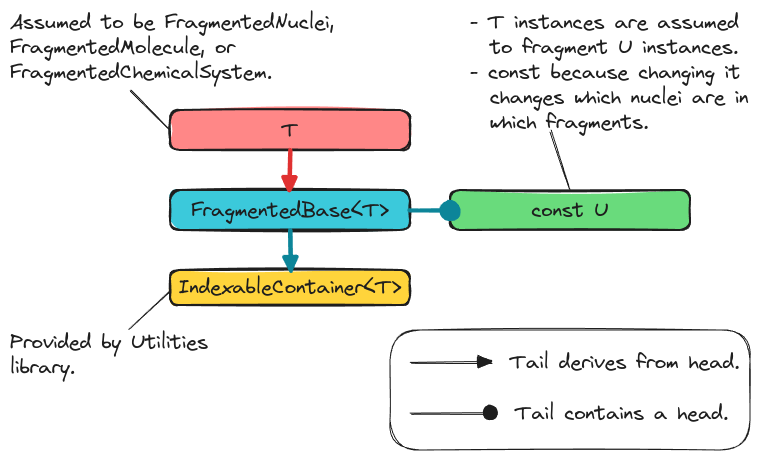
The Excalidraw diagram docs/source/developer/design/fragmenting/assets/fragmented_base.png in NWChemEx/Chemist, before a commit. Source tidied: one line per element, renumbered; positions are measured from the earlier drawing's top-left corner, leaving out a move shared by most shapes. The source it was exported from:
```json
{"id": 0, "type": "rectangle", "strokeColor": "#1e1e1e", "backgroundColor": "#3bc9db", "fillStyle": "solid", "strokeWidth": 2, "roughness": 1, "round": true, "x": 160, "y": 180, "width": 240, "height": 40}
{"id": 1, "type": "text", "text": "FragmentedBase<T>", "strokeColor": "#1e1e1e", "backgroundColor": "#d2bab0", "fillStyle": "solid", "strokeWidth": 2, "roughness": 1, "fontSize": 20, "fontFamily": 1, "textAlign": "center", "verticalAlign": "middle", "inside": 0, "x": 181, "y": 188, "width": 198, "height": 25}
{"id": 2, "type": "rectangle", "strokeColor": "#1e1e1e", "backgroundColor": "#ffd43b", "fillStyle": "solid", "strokeWidth": 2, "roughness": 1, "round": true, "x": 160, "y": 260, "width": 240, "height": 35}
{"id": 3, "type": "text", "text": "IndexableContainer<T>", "strokeColor": "#1e1e1e", "backgroundColor": "#d2bab0", "fillStyle": "solid", "strokeWidth": 2, "roughness": 1, "fontSize": 20, "fontFamily": 1, "textAlign": "center", "verticalAlign": "middle", "inside": 2, "x": 169, "y": 265, "width": 223, "height": 25}
{"id": 4, "type": "rectangle", "strokeColor": "#1e1e1e", "backgroundColor": "#ff8787", "fillStyle": "solid", "strokeWidth": 2, "roughness": 1, "round": true, "x": 160, "y": 100, "width": 240, "height": 40}
{"id": 5, "type": "text", "text": "T", "strokeColor": "#1e1e1e", "backgroundColor": "#d2bab0", "fillStyle": "solid", "strokeWidth": 2, "roughness": 1, "fontSize": 20, "fontFamily": 1, "textAlign": "center", "verticalAlign": "middle", "inside": 4, "x": 272, "y": 108, "width": 16, "height": 25}
{"id": 6, "type": "arrow", "strokeColor": "#e03131", "backgroundColor": "#ff8787", "fillStyle": "solid", "strokeWidth": 4, "roughness": 1, "endArrowhead": "triangle", "round": true, "x": 280, "y": 140, "width": 0, "height": 40, "points": [[0, 0], [0, 40]]}
{"id": 7, "type": "arrow", "strokeColor": "#0c8599", "backgroundColor": "#ff8787", "fillStyle": "solid", "strokeWidth": 4, "roughness": 1, "endArrowhead": "triangle", "round": true, "from": 0, "x": 281, "y": 221, "width": 0, "height": 40, "points": [[0, 0], [0, 40]]}
{"id": 8, "type": "text", "text": "Provided by Utilities\nlibrary.", "strokeColor": "#1e1e1e", "backgroundColor": "#ffd43b", "fillStyle": "solid", "strokeWidth": 4, "roughness": 1, "fontSize": 20, "fontFamily": 1, "x": 0, "y": 320, "width": 198, "height": 50}
{"id": 9, "type": "line", "strokeColor": "#1e1e1e", "backgroundColor": "#ffd43b", "fillStyle": "solid", "strokeWidth": 1, "roughness": 1, "round": true, "x": 120, "y": 320, "width": 40, "height": 40, "points": [[0, 0], [40, -40]]}
{"id": 10, "type": "text", "text": "Assumed to be FragmentedNuclei,\nFragmentedMolecule, or\nFragmentedChemicalSystem.", "strokeColor": "#1e1e1e", "backgroundColor": "#ffd43b", "fillStyle": "solid", "strokeWidth": 1, "roughness": 1, "fontSize": 20, "fontFamily": 1, "x": 0, "y": 0, "width": 325, "height": 75}
{"id": 11, "type": "line", "strokeColor": "#1e1e1e", "backgroundColor": "#ffd43b", "fillStyle": "solid", "strokeWidth": 1, "roughness": 1, "round": true, "x": 160, "y": 120, "width": 39, "height": 39, "points": [[0, 0], [-39, -39]]}
{"id": 12, "type": "rectangle", "strokeColor": "#1e1e1e", "backgroundColor": "#69db7c", "fillStyle": "solid", "strokeWidth": 2, "roughness": 1, "round": true, "x": 440, "y": 180, "width": 240, "height": 40}
{"id": 13, "type": "text", "text": "const U", "strokeColor": "#1e1e1e", "backgroundColor": "#ffd43b", "fillStyle": "solid", "strokeWidth": 1, "roughness": 1, "fontSize": 20, "fontFamily": 1, "textAlign": "center", "verticalAlign": "middle", "inside": 12, "x": 522, "y": 188, "width": 77, "height": 25}
{"id": 14, "type": "text", "text": "- T instances are assumed\n  to fragment U instances.\n- const because changing it\n  changes which nuclei are in\n  which fragments.", "strokeColor": "#1e1e1e", "backgroundColor": "#ffd43b", "fillStyle": "solid", "strokeWidth": 1, "roughness": 1, "fontSize": 20, "fontFamily": 1, "x": 460, "y": 0, "width": 279, "height": 125}
{"id": 15, "type": "line", "strokeColor": "#1e1e1e", "backgroundColor": "#ffd43b", "fillStyle": "solid", "strokeWidth": 1, "roughness": 1, "round": true, "x": 541, "y": 121, "width": 19, "height": 59, "points": [[0, 0], [19, 59]]}
{"id": 16, "type": "rectangle", "strokeColor": "#1e1e1e", "strokeWidth": 1, "roughness": 1, "round": true, "x": 380, "y": 320, "width": 360, "height": 120}
{"id": 17, "type": "arrow", "strokeColor": "#1e1e1e", "backgroundColor": "#3bc9db", "fillStyle": "solid", "strokeWidth": 1, "roughness": 1, "endArrowhead": "triangle", "round": true, "x": 401, "y": 353, "width": 80, "height": 0, "points": [[0, 0], [80, 0]]}
{"id": 18, "type": "text", "text": "Tail derives from head.", "strokeColor": "#1e1e1e", "backgroundColor": "#3bc9db", "fillStyle": "solid", "strokeWidth": 1, "roughness": 1, "fontSize": 20, "fontFamily": 1, "x": 500, "y": 340, "width": 230, "height": 25}
{"id": 19, "type": "arrow", "strokeColor": "#1e1e1e", "strokeWidth": 1, "roughness": 1, "endArrowhead": "dot", "round": true, "x": 402, "y": 405, "width": 78, "height": 2, "points": [[0, 0], [78, -2]]}
{"id": 20, "type": "text", "text": "Tail contains a head.", "strokeColor": "#1e1e1e", "backgroundColor": "#69db7c", "fillStyle": "solid", "strokeWidth": 1, "roughness": 1, "fontSize": 20, "fontFamily": 1, "x": 505, "y": 391, "width": 213, "height": 25}
{"id": 21, "type": "arrow", "strokeColor": "#0c8599", "strokeWidth": 4, "roughness": 1, "endArrowhead": "dot", "round": true, "from": 0, "to": 12, "x": 400, "y": 200, "width": 40, "height": 0, "points": [[0, 0], [40, 0]]}
```
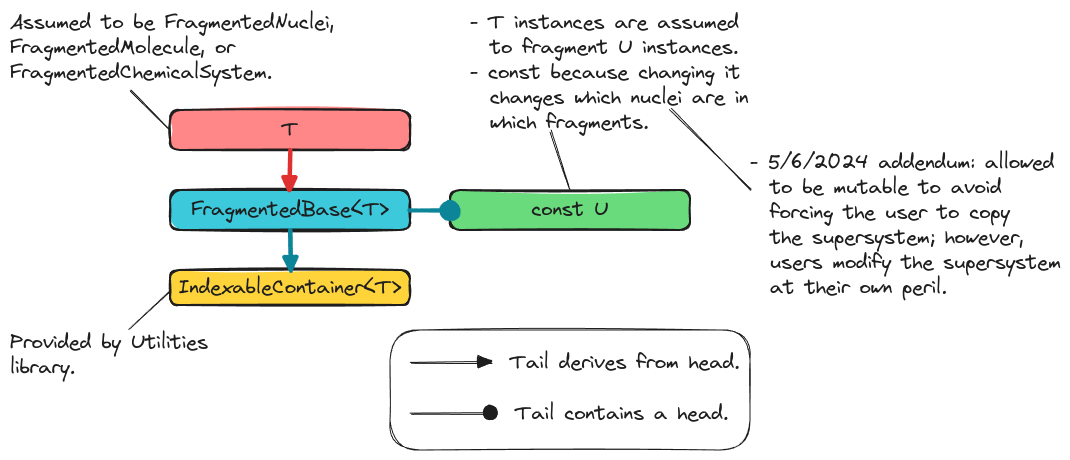
The same file after the commit.

Change to the diagram source:
```diff
@@ -20,3 +20,5 @@
 {"id": 19, "type": "arrow", "strokeColor": "#1e1e1e", "strokeWidth": 1, "roughness": 1, "endArrowhead": "dot", "round": true, "x": 402, "y": 405, "width": 78, "height": 2, "points": [[0, 0], [78, -2]]}
 {"id": 20, "type": "text", "text": "Tail contains a head.", "strokeColor": "#1e1e1e", "backgroundColor": "#69db7c", "fillStyle": "solid", "strokeWidth": 1, "roughness": 1, "fontSize": 20, "fontFamily": 1, "x": 505, "y": 391, "width": 213, "height": 25}
 {"id": 21, "type": "arrow", "strokeColor": "#0c8599", "strokeWidth": 4, "roughness": 1, "endArrowhead": "dot", "round": true, "from": 0, "to": 12, "x": 400, "y": 200, "width": 40, "height": 0, "points": [[0, 0], [40, 0]]}
+{"id": 22, "type": "text", "text": "- 5/6/2024 addendum: allowed\n  to be mutable to avoid\n  forcing the user to copy\n  the supersystem; however,\n  users modify the supersystem\n  at their own peril.", "strokeColor": "#1e1e1e", "backgroundColor": "#ffffff", "fillStyle": "solid", "strokeWidth": 1, "roughness": 1, "fontSize": 20, "fontFamily": 1, "x": 740, "y": 140, "width": 311, "height": 150}
+{"id": 23, "type": "line", "strokeColor": "#1e1e1e", "backgroundColor": "#ffffff", "fillStyle": "solid", "strokeWidth": 1, "roughness": 1, "round": true, "x": 660, "y": 100, "width": 80, "height": 80, "points": [[0, 0], [80, 80]]}
```
